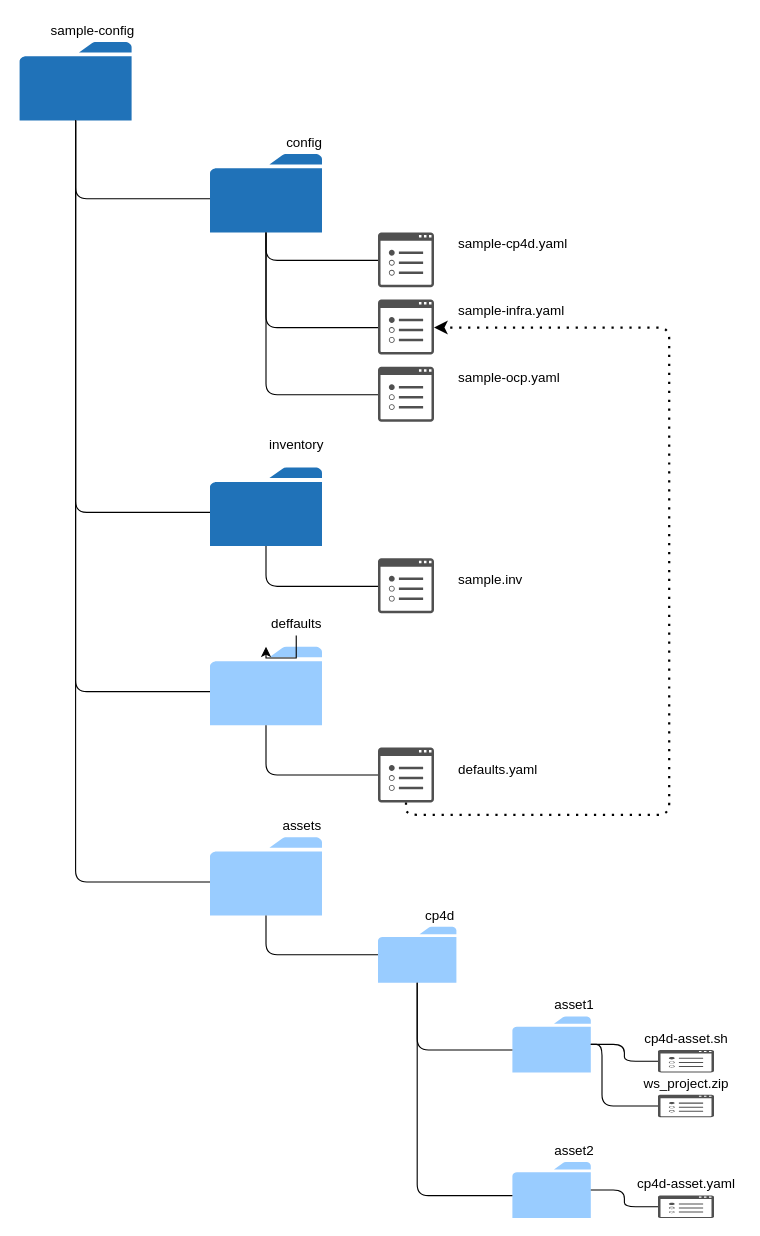
Before: doc/src/pages/cp-deploy/configure/directory-structure.drawio in IBM/cloud-pak-deployer, a draw.io diagram. Source tidied: cells renumbered, new cells numbered last; positions are measured from the earlier drawing's top-left corner, leaving out a move shared by most shapes. Both pictures are drawn from the tidied source at 112%, with x=0, y=0 at pixel (19, 19).
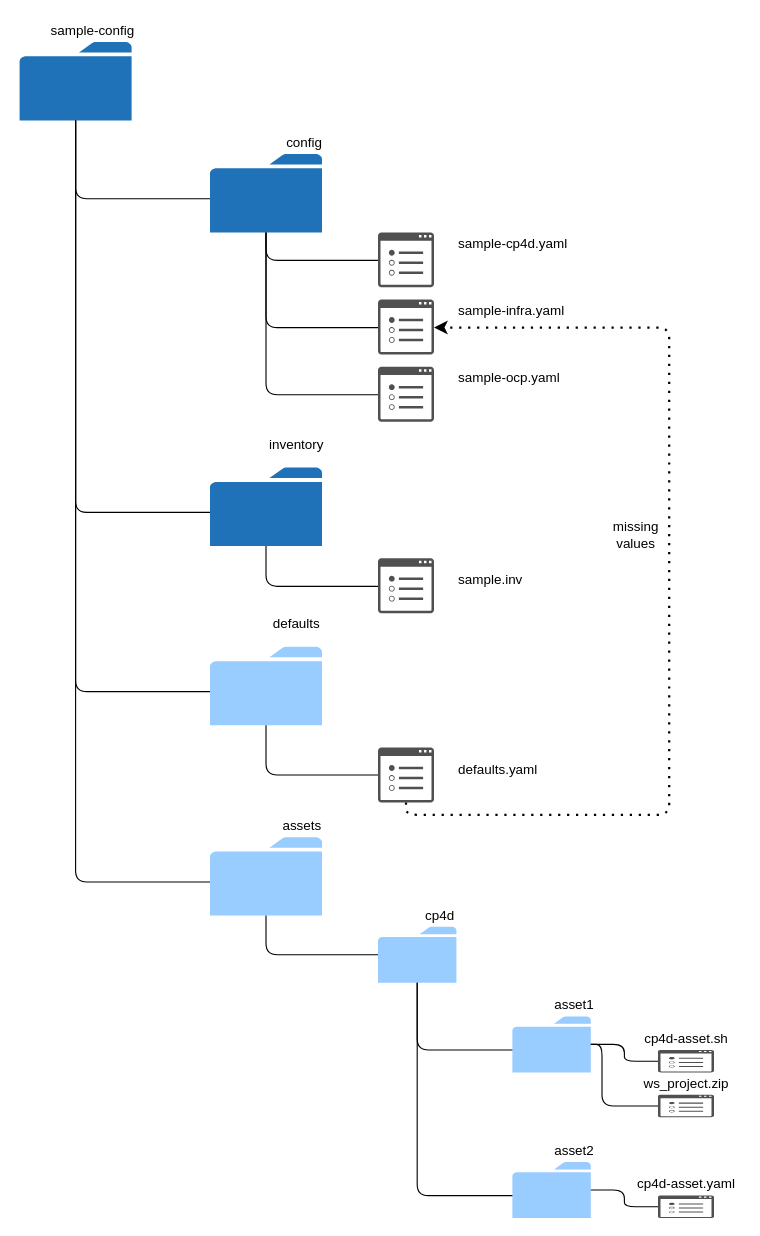
The same diagram, later.

The change refers to these unchanged cells:
```xml
<mxCell id="4" style="sketch=0;shadow=0;dashed=0;html=1;strokeColor=none;labelPosition=center;verticalLabelPosition=bottom;verticalAlign=top;outlineConnect=0;align=center;shape=mxgraph.office.concepts.folder;fillColor=#99CCFF;" parent="1" vertex="1">
  <mxGeometry x="170" y="560" width="100" height="70" as="geometry" />
</mxCell>
```

The edit, as a diff of the source:
```diff
@@
-    <mxCell id="26" style="edgeStyle=orthogonalEdgeStyle;rounded=0;jettySize=auto;html=1;" parent="1" edge="1" source="27" target="4">
-      <mxGeometry relative="1" as="geometry" />
-    </mxCell>
-    <mxCell id="27" value="deffaults" style="text;html=1;align=center;verticalAlign=middle;points=[];fillColor=none;strokeColor=none;rounded=0;" parent="1" vertex="1">
+    <mxCell id="27" value="defaults" style="text;html=1;align=center;verticalAlign=middle;points=[];fillColor=none;strokeColor=none;rounded=0;" parent="1" vertex="1">
       <mxGeometry x="217" y="530" width="60" height="20" as="geometry" />
     </mxCell>
@@
+    <mxCell id="51" value="missing&lt;br&gt;values" style="text;html=1;align=center;verticalAlign=middle;fillColor=none;strokeColor=none;rounded=0;" parent="1" vertex="1">
+      <mxGeometry x="520" y="445" width="60" height="30" as="geometry" />
+    </mxCell>
```
